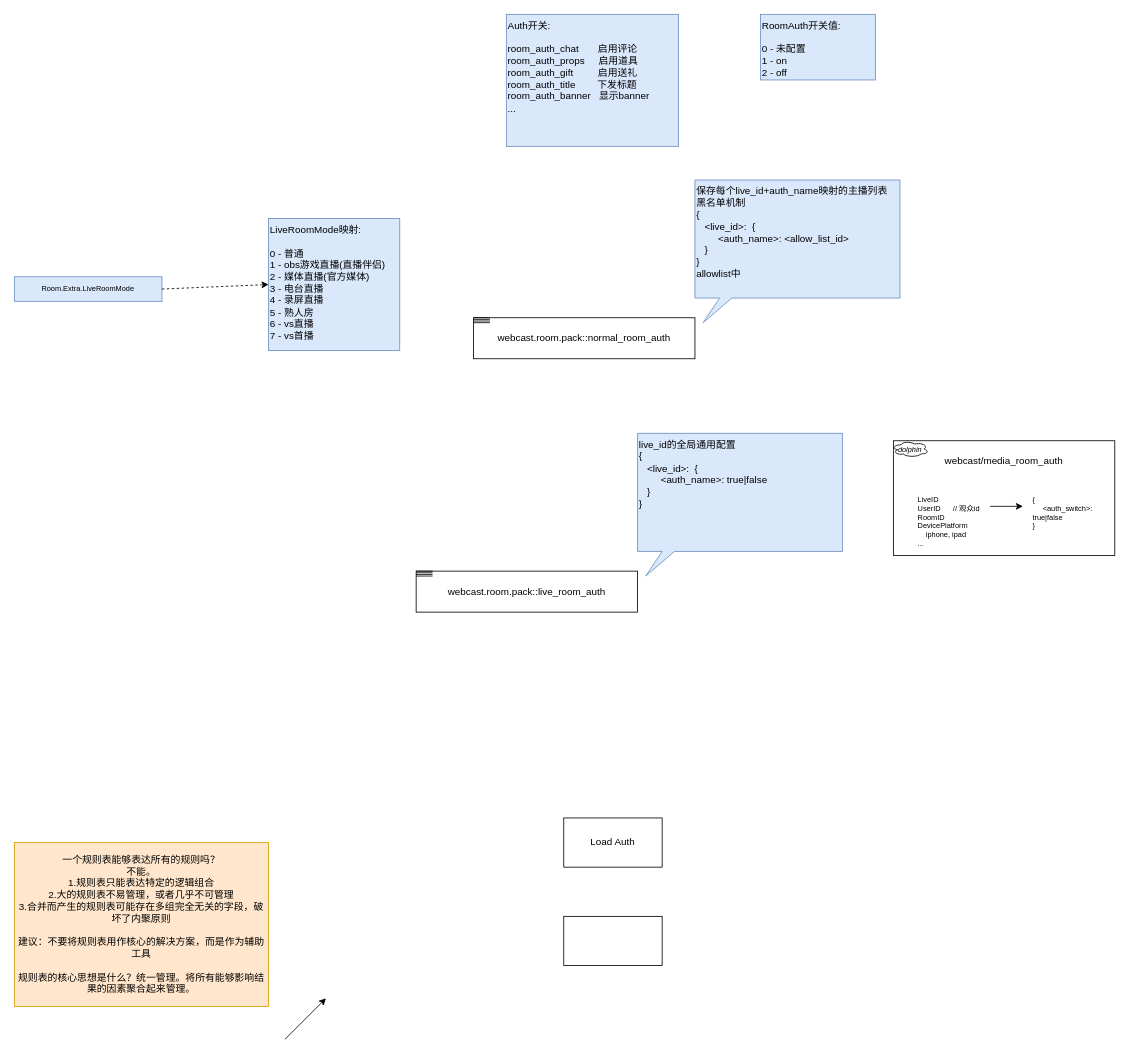
This is page "room_auth" (4 of 4) of room_enter.drawio from xhd2015/bog, a draw.io file, before an edit. Source tidied: cells renumbered, new cells numbered last; positions are measured from the earlier drawing's top-left corner, leaving out a move shared by most shapes. Both pictures are drawn from the tidied source at 82%, with x=0, y=0 at pixel (14, 14).
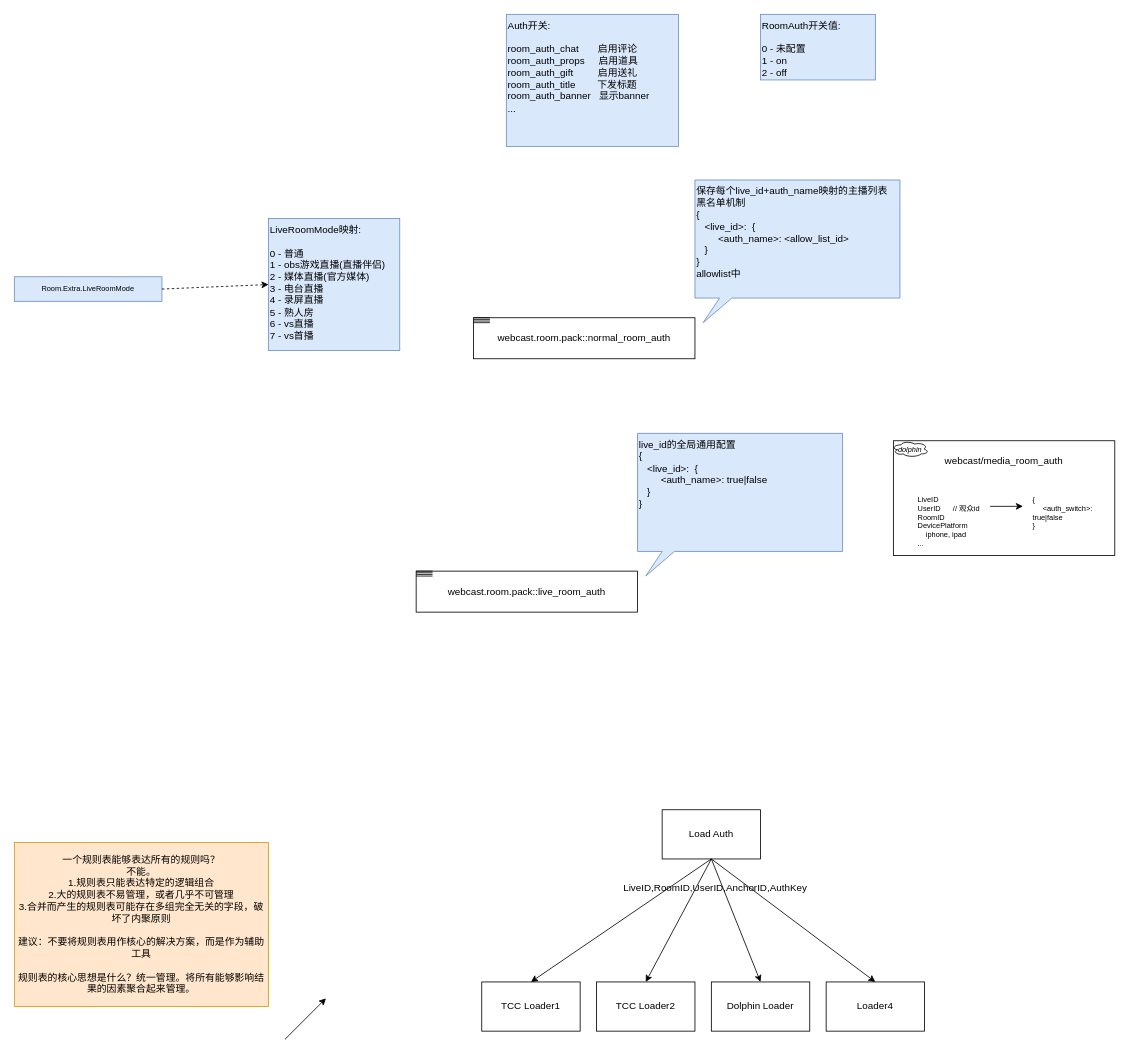
After the change.

Diff of the diagram source:
```diff
@@
-    <mxCell id="27" value="Load Auth" style="rounded=0;whiteSpace=wrap;html=1;fontSize=12;align=center;verticalAlign=middle;" parent="1" vertex="1">
-      <mxGeometry x="670" y="980" width="120" height="60" as="geometry" />
+    <mxCell id="27" value="TCC Loader1" style="rounded=0;whiteSpace=wrap;html=1;fontSize=12;align=center;verticalAlign=middle;" parent="1" vertex="1">
+      <mxGeometry x="570" y="1180" width="120" height="60" as="geometry" />
     </mxCell>
@@
-    <mxCell id="29" style="rounded=0;whiteSpace=wrap;html=1;fontSize=12;align=center;verticalAlign=middle;" parent="1" vertex="1">
-      <mxGeometry x="670" y="1100" width="120" height="60" as="geometry" />
+    <mxCell id="29" value="Load Auth" style="rounded=0;whiteSpace=wrap;html=1;fontSize=12;align=center;verticalAlign=middle;" parent="1" vertex="1">
+      <mxGeometry x="790" y="970" width="120" height="60" as="geometry" />
     </mxCell>
@@
+    <mxCell id="31" value="TCC Loader2" style="rounded=0;whiteSpace=wrap;html=1;fontSize=12;align=center;verticalAlign=middle;" parent="1" vertex="1">
+      <mxGeometry x="710" y="1180" width="120" height="60" as="geometry" />
+    </mxCell>
+    <mxCell id="32" value="Dolphin Loader" style="rounded=0;whiteSpace=wrap;html=1;fontSize=12;align=center;verticalAlign=middle;" parent="1" vertex="1">
+      <mxGeometry x="850" y="1180" width="120" height="60" as="geometry" />
+    </mxCell>
+    <mxCell id="33" value="Loader4" style="rounded=0;whiteSpace=wrap;html=1;fontSize=12;align=center;verticalAlign=middle;" parent="1" vertex="1">
+      <mxGeometry x="990" y="1180" width="120" height="60" as="geometry" />
+    </mxCell>
+    <mxCell id="34" style="endArrow=classic;html=1;rounded=0;fontSize=9;entryX=0.5;entryY=0;entryDx=0;entryDy=0;exitX=0.5;exitY=1;exitDx=0;exitDy=0;" parent="1" edge="1" source="29" target="27">
+      <mxGeometry relative="1" as="geometry" />
+    </mxCell>
+    <mxCell id="35" value="LiveID,RoomID,UserID,AnchorID,AuthKey" style="text;html=1;strokeColor=none;fillColor=none;align=center;verticalAlign=middle;whiteSpace=wrap;rounded=0;fontSize=12;" parent="1" vertex="1">
+      <mxGeometry x="750" y="1050" width="210" height="30" as="geometry" />
+    </mxCell>
+    <mxCell id="36" style="endArrow=classic;html=1;rounded=0;fontSize=9;entryX=0.5;entryY=0;entryDx=0;entryDy=0;exitX=0.5;exitY=1;exitDx=0;exitDy=0;" parent="1" edge="1" source="29" target="31">
+      <mxGeometry relative="1" as="geometry" />
+    </mxCell>
+    <mxCell id="37" style="endArrow=classic;html=1;rounded=0;fontSize=9;entryX=0.5;entryY=0;entryDx=0;entryDy=0;exitX=0.5;exitY=1;exitDx=0;exitDy=0;" parent="1" edge="1" source="29" target="32">
+      <mxGeometry relative="1" as="geometry" />
+    </mxCell>
+    <mxCell id="38" style="endArrow=classic;html=1;rounded=0;fontSize=9;entryX=0.5;entryY=0;entryDx=0;entryDy=0;exitX=0.5;exitY=1;exitDx=0;exitDy=0;" parent="1" edge="1" source="29" target="33">
+      <mxGeometry relative="1" as="geometry" />
+    </mxCell>
```
